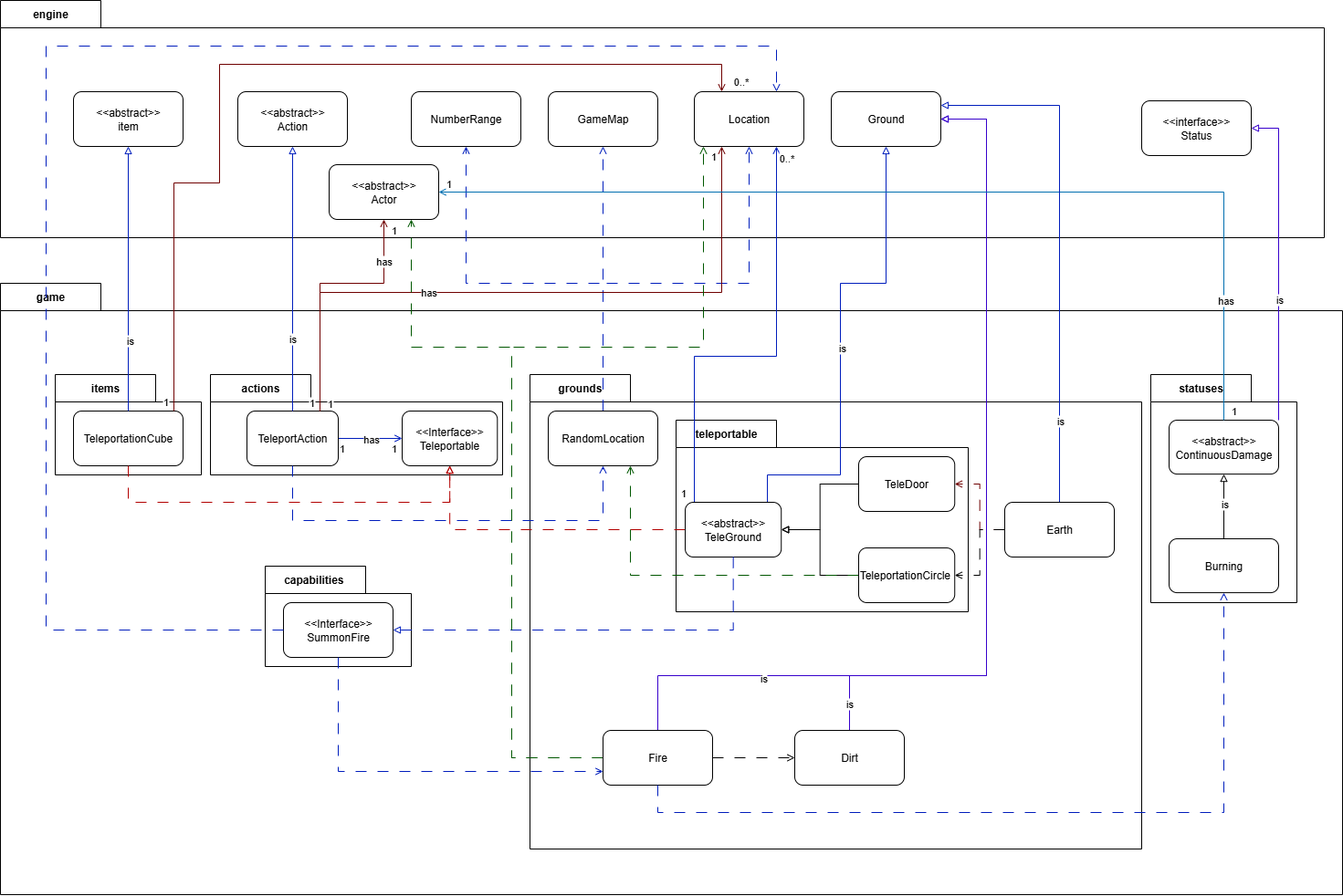
Before: docs/UML/Rq1_UML_Diagram.png, a diagram exported from draw.io (MinZY12138/finalA3). Source tidied: cells renumbered, new cells last; positions are measured from the earlier drawing's top-left corner, leaving out a move shared by most shapes.
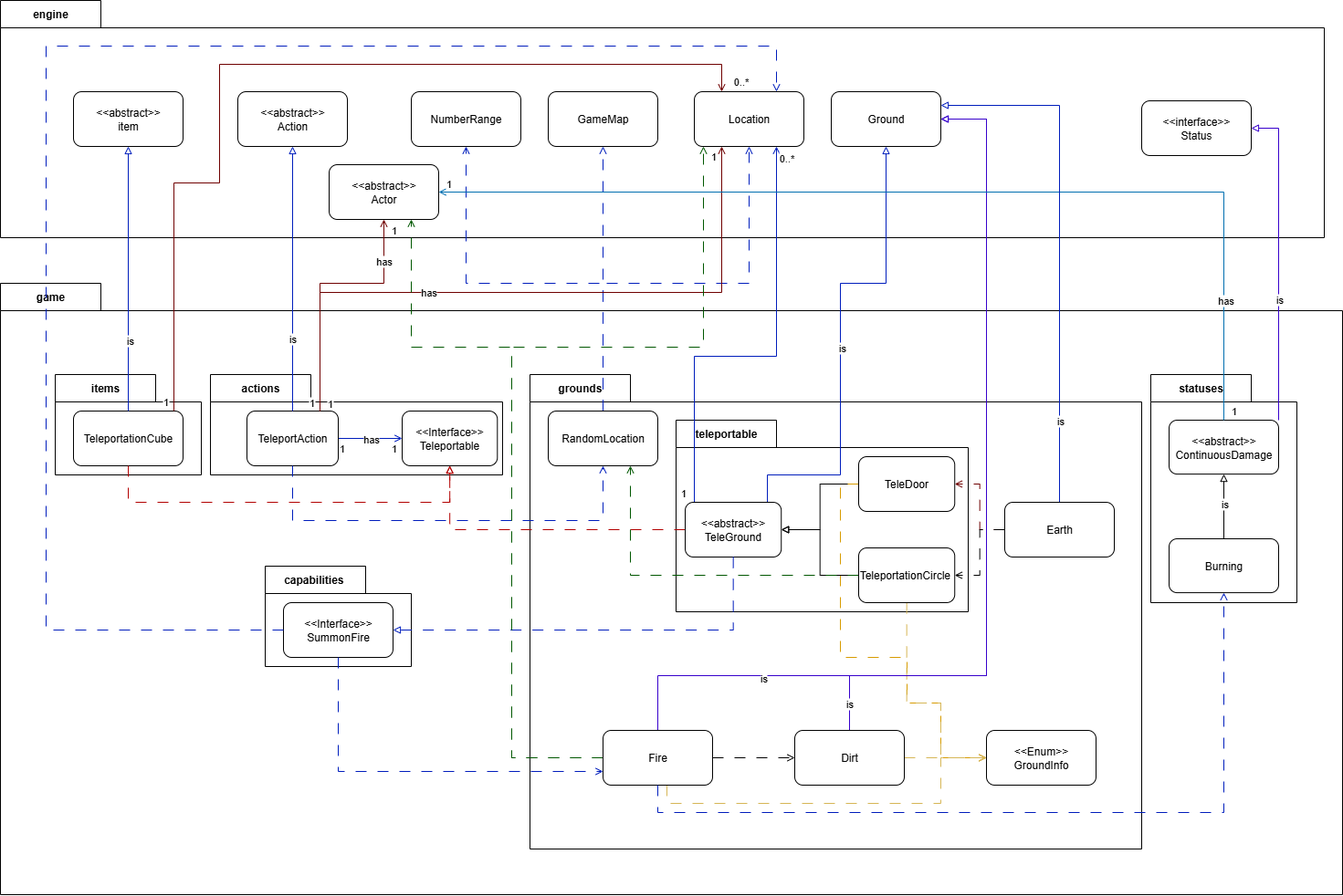
Above is the later version.

Commit message:
Updated the UML and Design rational for requirement 1 due to changes on use of enum.

What changed in the source:
```diff
@@ -1,4 +1,4 @@
-<mxGraphModel>
+<mxGraphModel background="#ffffff">
   <root>
     <mxCell id="0" />
     <mxCell id="1" parent="0" />
@@ -168,6 +168,18 @@
     <mxCell id="39" style="edgeStyle=orthogonalEdgeStyle;rounded=0;jettySize=auto;html=1;endArrow=block;endFill=0;" parent="1" edge="1" source="40" target="38">
       <mxGeometry relative="1" as="geometry" />
     </mxCell>
+    <mxCell id="96" style="edgeStyle=orthogonalEdgeStyle;rounded=0;jettySize=auto;html=1;entryX=0;entryY=0.5;entryDx=0;entryDy=0;fillColor=#ffcd28;strokeColor=#d79b00;dashed=1;dashPattern=12 12;endArrow=open;endFill=0;gradientColor=#ffa500;" parent="1" edge="1" source="40" target="100">
+      <mxGeometry relative="1" as="geometry">
+        <Array as="points">
+          <mxPoint x="920" y="530" />
+          <mxPoint x="920" y="720" />
+          <mxPoint x="993" y="720" />
+          <mxPoint x="993" y="770" />
+          <mxPoint x="1030" y="770" />
+          <mxPoint x="1030" y="830" />
+        </Array>
+      </mxGeometry>
+    </mxCell>
     <mxCell id="40" value="TeleDoor" style="rounded=1;whiteSpace=wrap;html=1;" parent="1" vertex="1">
       <mxGeometry x="940" y="500" width="105.2" height="60" as="geometry" />
     </mxCell>
@@ -177,6 +189,15 @@
     <mxCell id="42" style="edgeStyle=orthogonalEdgeStyle;rounded=0;jettySize=auto;html=1;entryX=0.75;entryY=1;entryDx=0;entryDy=0;dashed=1;dashPattern=12 12;fillColor=#008a00;strokeColor=#005700;endArrow=open;endFill=0;" parent="1" edge="1" source="43" target="29">
       <mxGeometry relative="1" as="geometry" />
     </mxCell>
+    <mxCell id="97" style="edgeStyle=orthogonalEdgeStyle;rounded=0;jettySize=auto;html=1;entryX=0;entryY=0.5;entryDx=0;entryDy=0;fillColor=#fff2cc;strokeColor=#d6b656;dashed=1;dashPattern=12 12;endArrow=open;endFill=0;gradientColor=#ffd966;" parent="1" edge="1" source="43" target="100">
+      <mxGeometry relative="1" as="geometry">
+        <Array as="points">
+          <mxPoint x="993" y="770" />
+          <mxPoint x="1030" y="770" />
+          <mxPoint x="1030" y="830" />
+        </Array>
+      </mxGeometry>
+    </mxCell>
     <mxCell id="43" value="TeleportationCircle&amp;nbsp;" style="rounded=1;whiteSpace=wrap;html=1;" parent="1" vertex="1">
       <mxGeometry x="940" y="600" width="105.2" height="60" as="geometry" />
     </mxCell>
@@ -311,6 +332,15 @@
     <mxCell id="69" value="is" style="edgeLabel;html=1;align=center;verticalAlign=middle;" parent="68" vertex="1">
       <mxGeometry x="-0.67" y="-2" relative="1" as="geometry" />
     </mxCell>
+    <mxCell id="98" style="edgeStyle=orthogonalEdgeStyle;rounded=0;jettySize=auto;html=1;entryX=0;entryY=0.5;entryDx=0;entryDy=0;endArrow=open;endFill=0;dashed=1;dashPattern=12 12;fillColor=#fff2cc;gradientColor=#ffd966;strokeColor=#d6b656;" parent="1" edge="1" source="70" target="100">
+      <mxGeometry relative="1" as="geometry">
+        <Array as="points">
+          <mxPoint x="730" y="880" />
+          <mxPoint x="1030" y="880" />
+          <mxPoint x="1030" y="830" />
+        </Array>
+      </mxGeometry>
+    </mxCell>
     <mxCell id="70" value="Fire" style="rounded=1;whiteSpace=wrap;html=1;" parent="1" vertex="1">
       <mxGeometry x="660" y="800" width="120" height="60" as="geometry" />
     </mxCell>
@@ -326,6 +356,9 @@
     <mxCell id="72" value="is" style="edgeLabel;html=1;align=center;verticalAlign=middle;" parent="71" vertex="1">
       <mxGeometry x="-0.93" y="1" relative="1" as="geometry" />
     </mxCell>
+    <mxCell id="99" style="edgeStyle=orthogonalEdgeStyle;rounded=0;jettySize=auto;html=1;entryX=0;entryY=0.5;entryDx=0;entryDy=0;dashed=1;dashPattern=12 12;endArrow=open;endFill=0;fillColor=#fff2cc;gradientColor=#ffd966;strokeColor=#d6b656;" parent="1" edge="1" source="73" target="100">
+      <mxGeometry relative="1" as="geometry" />
+    </mxCell>
     <mxCell id="73" value="Dirt" style="rounded=1;whiteSpace=wrap;html=1;" parent="1" vertex="1">
       <mxGeometry x="870" y="800" width="120" height="60" as="geometry" />
     </mxCell>
@@ -432,5 +465,8 @@
     <mxCell id="95" style="edgeStyle=orthogonalEdgeStyle;rounded=0;orthogonalLoop=1;jettySize=auto;html=1;exitX=0.5;exitY=1;exitDx=0;exitDy=0;" parent="1" edge="1" source="94" target="94">
       <mxGeometry relative="1" as="geometry" />
     </mxCell>
+    <mxCell id="100" value="&amp;lt;&amp;lt;Enum&amp;gt;&amp;gt;&lt;br&gt;GroundInfo" style="rounded=1;whiteSpace=wrap;html=1;" parent="1" vertex="1">
+      <mxGeometry x="1080" y="800" width="120" height="60" as="geometry" />
+    </mxCell>
   </root>
 </mxGraphModel>
```
